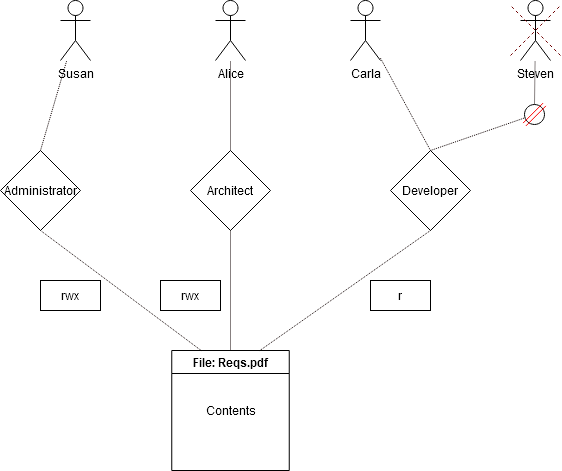
This is Linux Filesystem test RBAC.png from Nobel-CS/RBAC_test, a draw.io export, as it was before one commit. Source tidied: cells renumbered, new cells last; positions are measured from the earlier drawing's top-left corner, leaving out a move shared by most shapes.
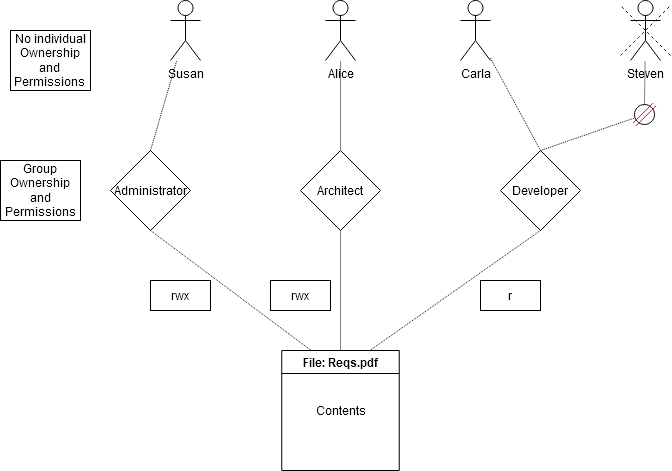
The same diagram one commit later.

Change to the diagram source:
```diff
@@ -83,5 +83,11 @@
     <mxCell id="25" value="r" style="text;html=1;strokeColor=default;fillColor=none;align=center;verticalAlign=middle;whiteSpace=wrap;rounded=0;" parent="1" vertex="1">
       <mxGeometry x="370" y="280" width="60" height="30" as="geometry" />
     </mxCell>
+    <mxCell id="26" value="Group Ownership and Permissions" style="text;html=1;strokeColor=default;fillColor=none;align=center;verticalAlign=middle;whiteSpace=wrap;rounded=0;" parent="1" vertex="1">
+      <mxGeometry x="-110" y="160" width="80" height="60" as="geometry" />
+    </mxCell>
+    <mxCell id="27" value="&lt;div&gt;No individual Ownership &lt;br&gt;&lt;/div&gt;&lt;div&gt;and &lt;br&gt;&lt;/div&gt;&lt;div&gt;Permissions&lt;br&gt;&lt;/div&gt;" style="text;html=1;strokeColor=default;fillColor=none;align=center;verticalAlign=middle;whiteSpace=wrap;rounded=0;" parent="1" vertex="1">
+      <mxGeometry x="-100" y="30" width="80" height="60" as="geometry" />
+    </mxCell>
   </root>
 </mxGraphModel>
```
